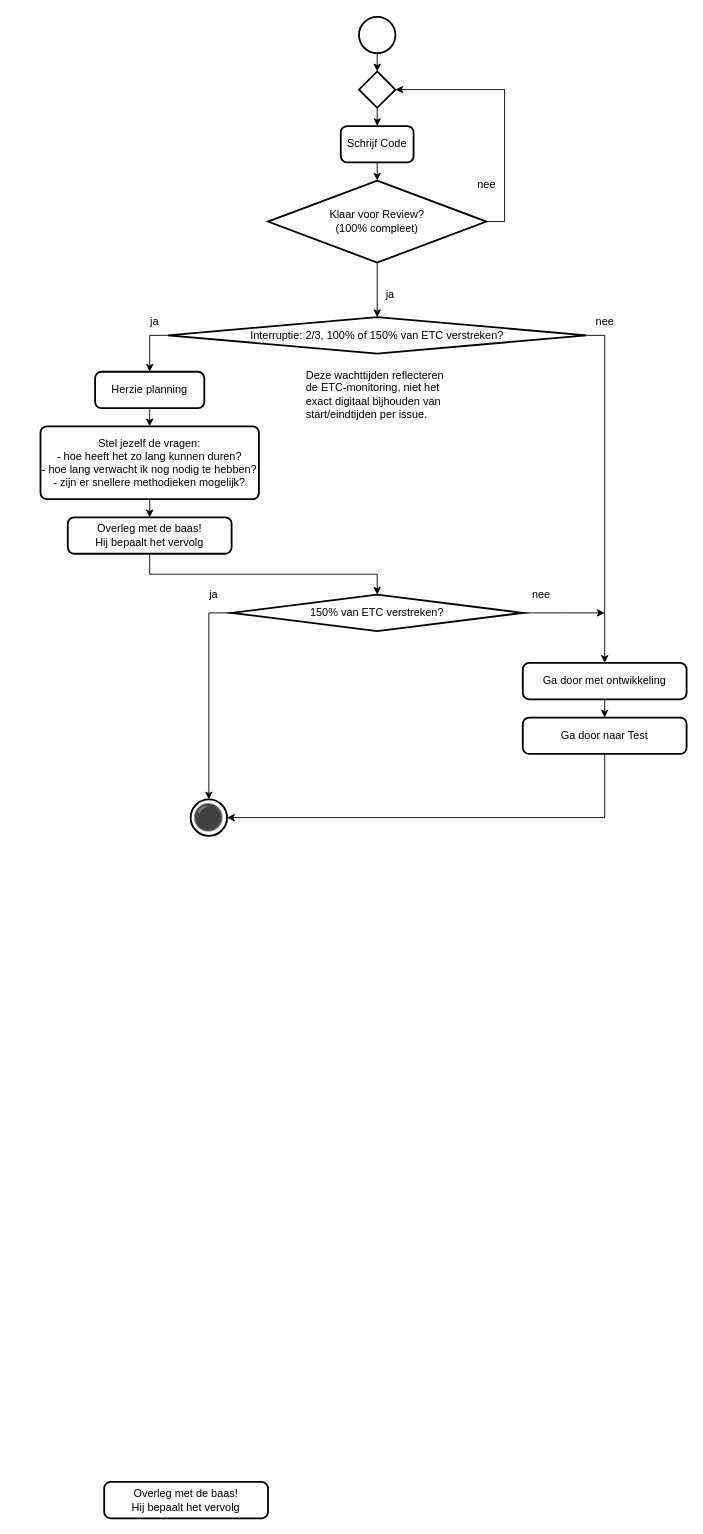
Earlier version of the draw.io diagram 4 Issue Tracker implementatie.drawio (Zaibatsu89/IssueTracker). Source tidied: cells renumbered, new cells numbered last; positions are measured from the earlier drawing's top-left corner, leaving out a move shared by most shapes. Both pictures are drawn from the tidied source at 91%, with x=0, y=0 at pixel (40, 16).
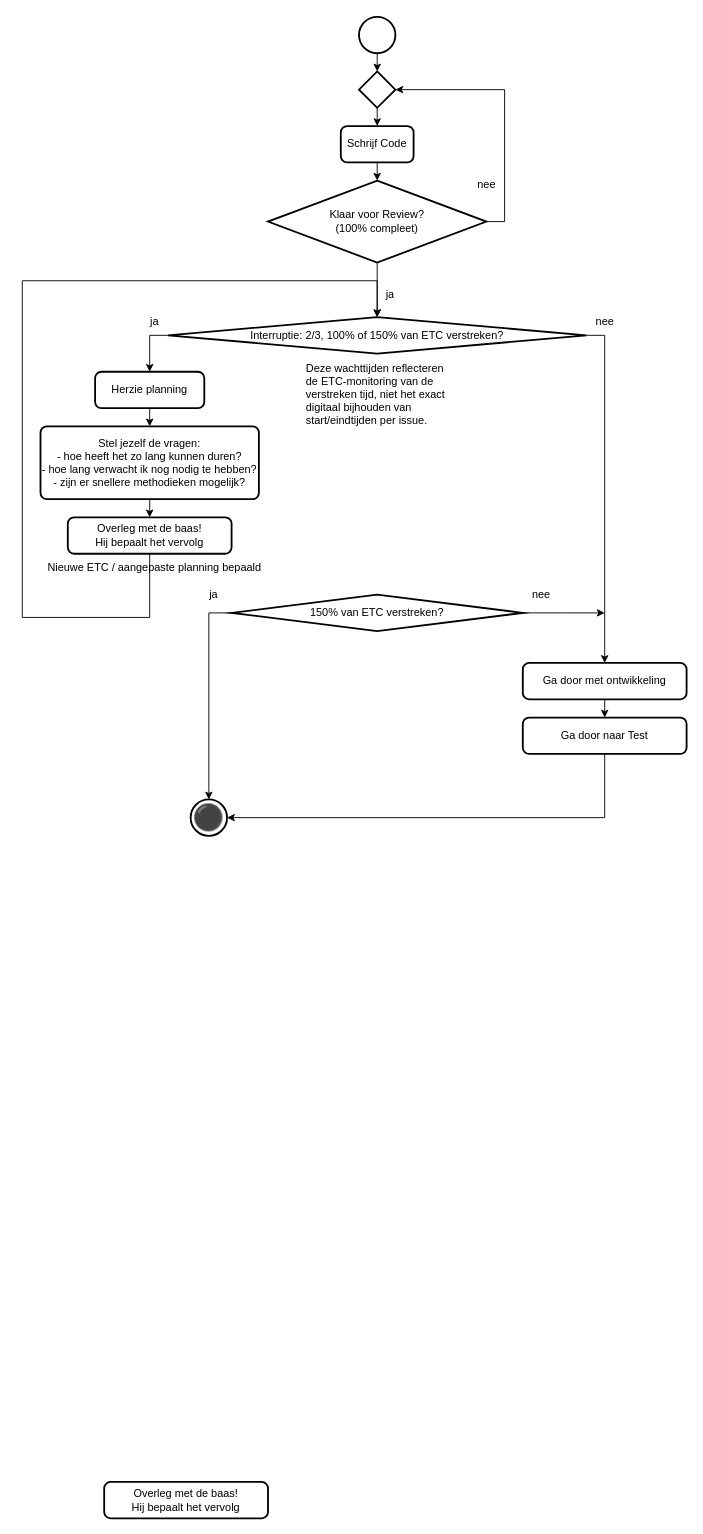
After the change.

Commit message (it also covers changes not shown here):
nieuwe ETC na tijdtrigger verwerken in originele ETC - verstreken tijd in flowcharts

The change refers to these unchanged cells:
```xml
<mxCell id="13" value="Interruptie: 2/3, 100% of 150% van ETC verstreken?" style="strokeWidth=2;html=1;shape=mxgraph.flowchart.decision;whiteSpace=wrap;" parent="1" vertex="1">
  <mxGeometry x="140" y="330" width="460" height="40" as="geometry" />
</mxCell>
<mxCell id="25" value="Overleg met de baas!&lt;br&gt;Hij bepaalt het vervolg" style="rounded=1;whiteSpace=wrap;html=1;absoluteArcSize=1;arcSize=14;strokeWidth=2;" parent="1" vertex="1">
  <mxGeometry x="30" y="550" width="180" height="40" as="geometry" />
</mxCell>
<mxCell id="28" value="150% van ETC verstreken?" style="strokeWidth=2;html=1;shape=mxgraph.flowchart.decision;whiteSpace=wrap;" parent="1" vertex="1">
  <mxGeometry x="210" y="635" width="320" height="40" as="geometry" />
</mxCell>
```

Diff of the diagram source:
```diff
@@
-    <mxCell id="31" style="edgeStyle=orthogonalEdgeStyle;rounded=0;jettySize=auto;html=1;exitX=0.5;exitY=1;exitDx=0;exitDy=0;entryX=0.5;entryY=0;entryDx=0;entryDy=0;entryPerimeter=0;" parent="1" edge="1" source="25" target="28">
-      <mxGeometry relative="1" as="geometry" />
-    </mxCell>
@@
-    <mxCell id="35" value="Deze wachttijden reflecteren&lt;br&gt;de ETC-monitoring, niet het&lt;br&gt;exact digitaal bijhouden van&lt;br&gt;start/eindtijden per issue." style="text;html=1;align=left;verticalAlign=middle;strokeColor=none;fillColor=none;" parent="1" vertex="1">
+    <mxCell id="35" value="Deze wachttijden reflecteren&lt;br&gt;de ETC-monitoring van de&lt;br&gt;verstreken tijd, niet het exact&lt;br&gt;digitaal bijhouden van&lt;br&gt;start/eindtijden per issue." style="text;html=1;align=left;verticalAlign=middle;strokeColor=none;fillColor=none;" parent="1" vertex="1">
       <mxGeometry x="290" y="390" width="300" height="50" as="geometry" />
     </mxCell>
+    <mxCell id="36" value="Nieuwe ETC / aangepaste planning bepaald" style="text;html=1;align=center;verticalAlign=middle;strokeColor=none;fillColor=none;" parent="1" vertex="1">
+      <mxGeometry x="-10" y="590" width="270" height="30" as="geometry" />
+    </mxCell>
+    <mxCell id="37" style="edgeStyle=orthogonalEdgeStyle;rounded=0;jettySize=auto;html=1;exitX=0.5;exitY=1;exitDx=0;exitDy=0;entryX=0.5;entryY=0;entryDx=0;entryDy=0;entryPerimeter=0;" parent="1" edge="1" source="25" target="13">
+      <mxGeometry relative="1" as="geometry">
+        <Array as="points">
+          <mxPoint x="120" y="660" />
+          <mxPoint x="-20" y="660" />
+          <mxPoint x="-20" y="290" />
+        </Array>
+      </mxGeometry>
+    </mxCell>
```
